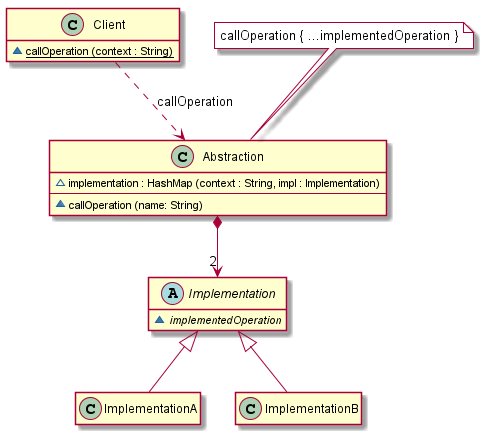
Before: src/bridge/_implementation_01/uml/implementation_01.png, a diagram exported from PlantUML (vitalispopoff/designPatterns).
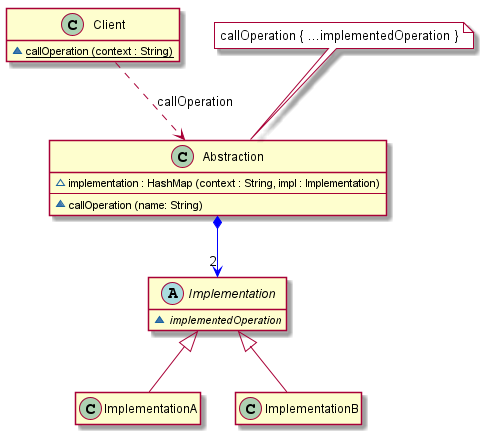
After the commit.

What changed in the source:
```diff
@@ -8,7 +8,7 @@
 
 Client ..> Abstraction : callOperation
 
-Abstraction *--> "2" Implementation
+Abstraction *--> "2" Implementation #blue
 
 class Abstraction {
         ~{field} implementation : HashMap (context : String, impl : Implementation)
```
